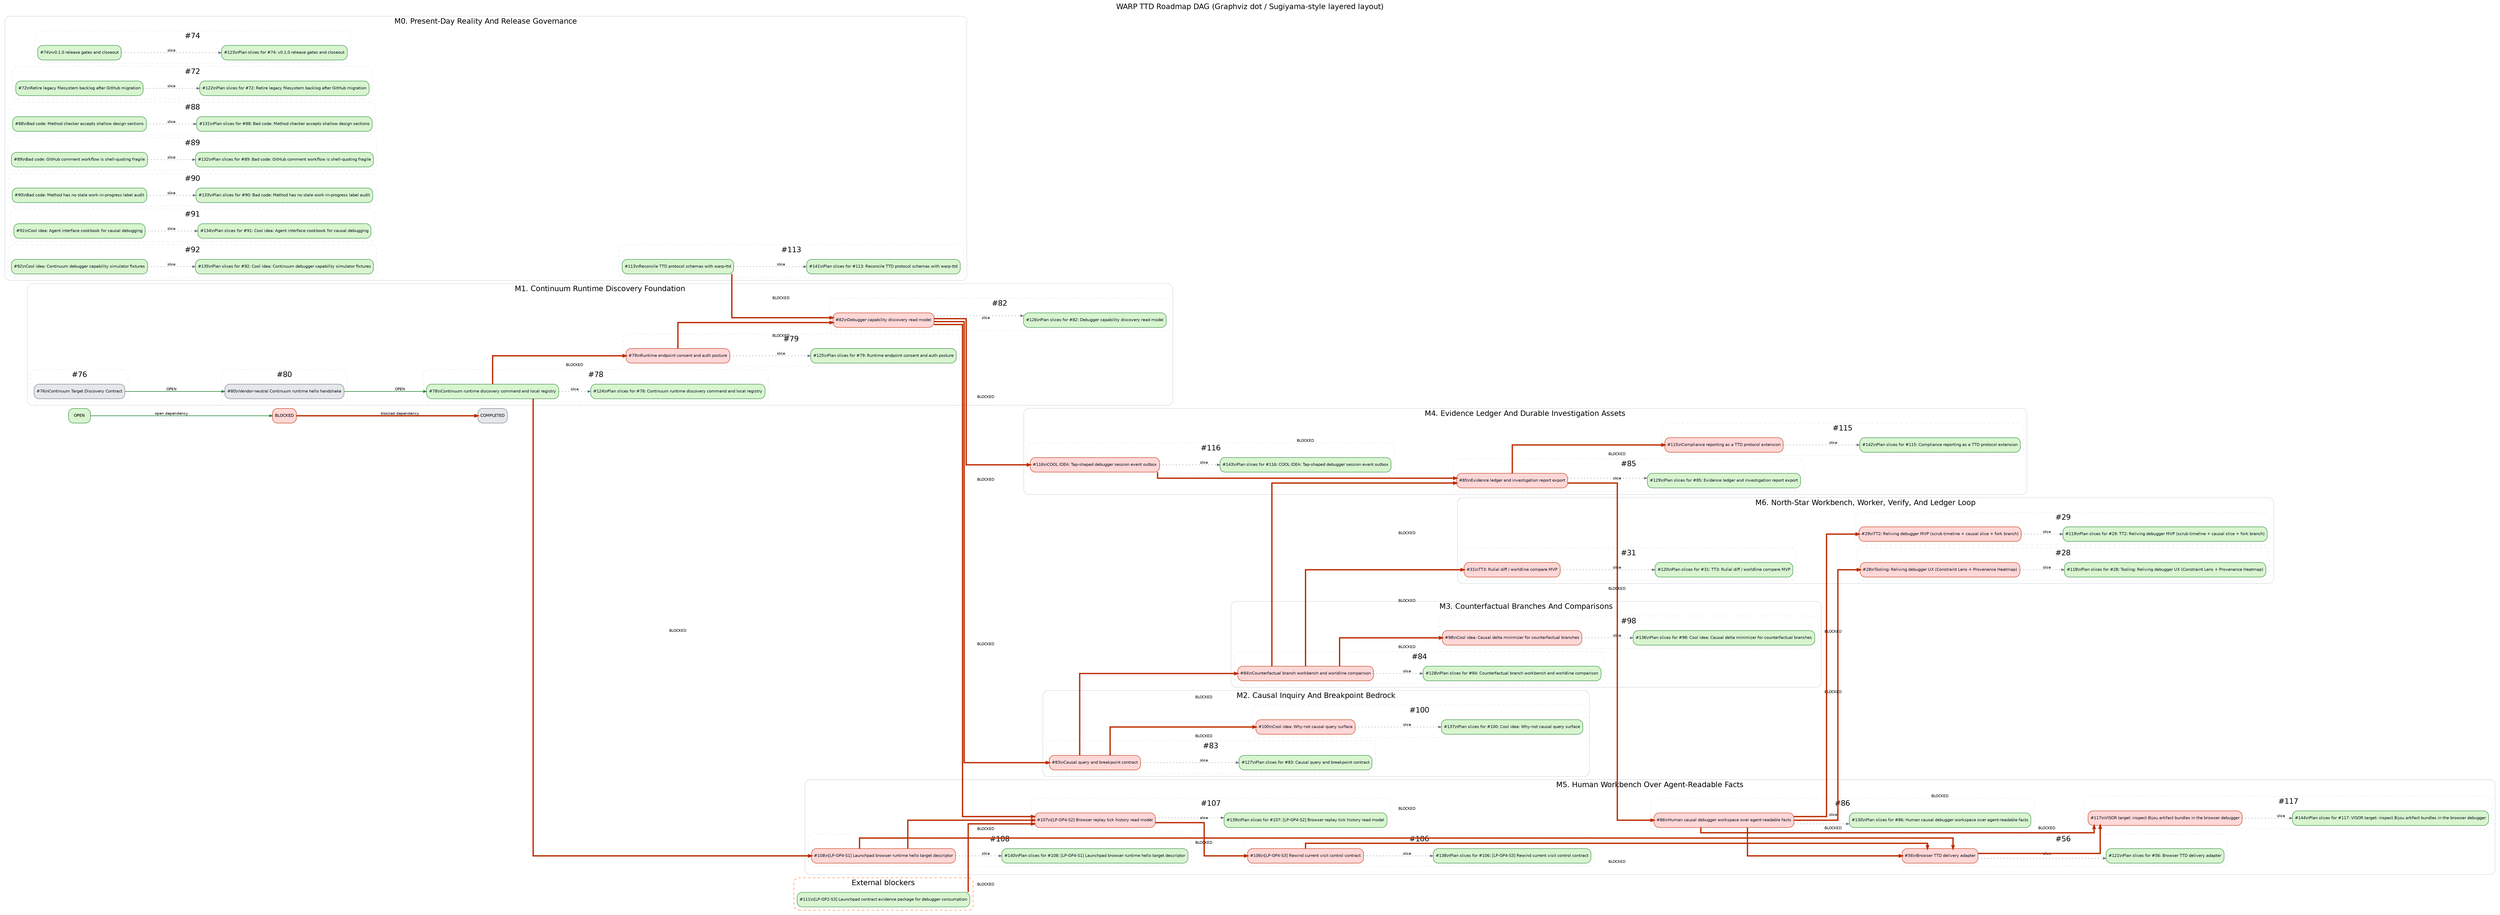
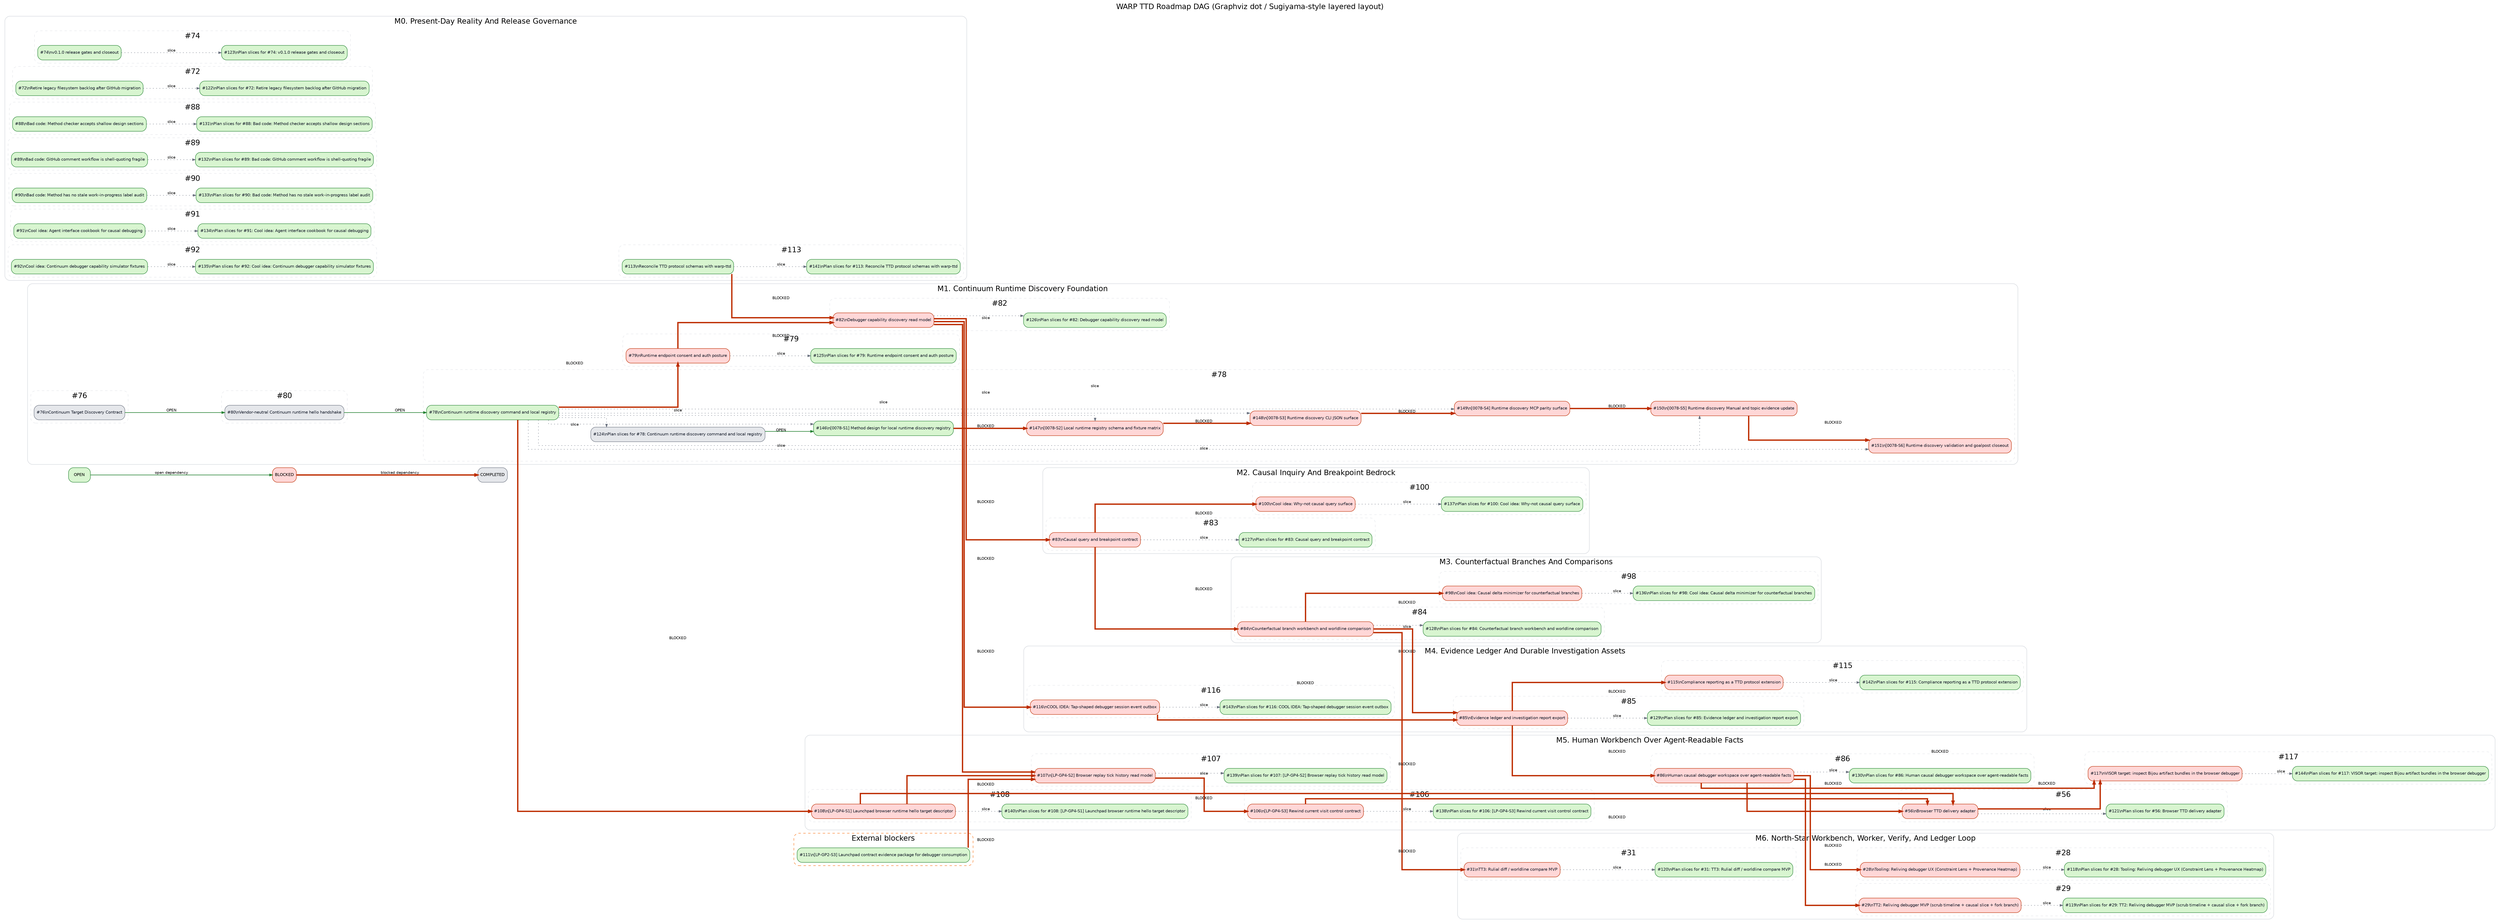
digraph RoadmapDAG {
  graph [layout=dot, rankdir=LR, compound=true, newrank=true, overlap=false, splines=ortho, bgcolor="white", fontname="Helvetica", label="WARP TTD Roadmap DAG (Graphviz dot / Sugiyama-style layered layout)", labelloc=t, fontsize=18];
  node [shape=box, style="rounded,filled", fontname="Helvetica", fontsize=10, margin="0.08,0.05"];
  edge [fontname="Helvetica", fontsize=9, arrowsize=0.7, color="#248232", penwidth=1.4];
  legend_open [label="OPEN", fillcolor="#d8f5d0", color="#248232"];
  legend_blocked [label="BLOCKED", fillcolor="#ffd7d7", color="#bd2c00"];
  legend_done [label="COMPLETED", fillcolor="#e5e7eb", color="#6b7280"];
  legend_open -> legend_blocked [label="open dependency", color="#248232", penwidth=1.4];
  legend_blocked -> legend_done [label="blocked dependency", color="#bd2c00", penwidth=3.2];
  subgraph cluster_M0 {
    label="M0. Present-Day Reality And Release Governance";
    color="#d1d5db";
    style="rounded";
    subgraph cluster_goalpost_74 {
      label="#74";
      color="#e5e7eb";
      style="rounded,dashed";
      issue_74 [label="#74\\nv0.1.0 release gates and closeout", fillcolor="#d8f5d0", color="#248232", fontcolor="#111827", URL="https://github.com/flyingrobots/warp-ttd/issues/74"];
      issue_123 [label="#123\\nPlan slices for #74: v0.1.0 release gates and closeout", fillcolor="#d8f5d0", color="#248232", fontcolor="#111827", URL="https://github.com/flyingrobots/warp-ttd/issues/123"];
      issue_74 -> issue_123 [style=dotted, color="#6b7280", penwidth=1.0, label="slice"];
    }
    subgraph cluster_goalpost_72 {
      label="#72";
      color="#e5e7eb";
      style="rounded,dashed";
      issue_72 [label="#72\\nRetire legacy filesystem backlog after GitHub migration", fillcolor="#d8f5d0", color="#248232", fontcolor="#111827", URL="https://github.com/flyingrobots/warp-ttd/issues/72"];
      issue_122 [label="#122\\nPlan slices for #72: Retire legacy filesystem backlog after GitHub migration", fillcolor="#d8f5d0", color="#248232", fontcolor="#111827", URL="https://github.com/flyingrobots/warp-ttd/issues/122"];
      issue_72 -> issue_122 [style=dotted, color="#6b7280", penwidth=1.0, label="slice"];
    }
    subgraph cluster_goalpost_88 {
      label="#88";
      color="#e5e7eb";
      style="rounded,dashed";
      issue_88 [label="#88\\nBad code: Method checker accepts shallow design sections", fillcolor="#d8f5d0", color="#248232", fontcolor="#111827", URL="https://github.com/flyingrobots/warp-ttd/issues/88"];
      issue_131 [label="#131\\nPlan slices for #88: Bad code: Method checker accepts shallow design sections", fillcolor="#d8f5d0", color="#248232", fontcolor="#111827", URL="https://github.com/flyingrobots/warp-ttd/issues/131"];
      issue_88 -> issue_131 [style=dotted, color="#6b7280", penwidth=1.0, label="slice"];
    }
    subgraph cluster_goalpost_89 {
      label="#89";
      color="#e5e7eb";
      style="rounded,dashed";
      issue_89 [label="#89\\nBad code: GitHub comment workflow is shell-quoting fragile", fillcolor="#d8f5d0", color="#248232", fontcolor="#111827", URL="https://github.com/flyingrobots/warp-ttd/issues/89"];
      issue_132 [label="#132\\nPlan slices for #89: Bad code: GitHub comment workflow is shell-quoting fragile", fillcolor="#d8f5d0", color="#248232", fontcolor="#111827", URL="https://github.com/flyingrobots/warp-ttd/issues/132"];
      issue_89 -> issue_132 [style=dotted, color="#6b7280", penwidth=1.0, label="slice"];
    }
    subgraph cluster_goalpost_90 {
      label="#90";
      color="#e5e7eb";
      style="rounded,dashed";
      issue_90 [label="#90\\nBad code: Method has no stale work-in-progress label audit", fillcolor="#d8f5d0", color="#248232", fontcolor="#111827", URL="https://github.com/flyingrobots/warp-ttd/issues/90"];
      issue_133 [label="#133\\nPlan slices for #90: Bad code: Method has no stale work-in-progress label audit", fillcolor="#d8f5d0", color="#248232", fontcolor="#111827", URL="https://github.com/flyingrobots/warp-ttd/issues/133"];
      issue_90 -> issue_133 [style=dotted, color="#6b7280", penwidth=1.0, label="slice"];
    }
    subgraph cluster_goalpost_91 {
      label="#91";
      color="#e5e7eb";
      style="rounded,dashed";
      issue_91 [label="#91\\nCool idea: Agent interface cookbook for causal debugging", fillcolor="#d8f5d0", color="#248232", fontcolor="#111827", URL="https://github.com/flyingrobots/warp-ttd/issues/91"];
      issue_134 [label="#134\\nPlan slices for #91: Cool idea: Agent interface cookbook for causal debugging", fillcolor="#d8f5d0", color="#248232", fontcolor="#111827", URL="https://github.com/flyingrobots/warp-ttd/issues/134"];
      issue_91 -> issue_134 [style=dotted, color="#6b7280", penwidth=1.0, label="slice"];
    }
    subgraph cluster_goalpost_92 {
      label="#92";
      color="#e5e7eb";
      style="rounded,dashed";
      issue_92 [label="#92\\nCool idea: Continuum debugger capability simulator fixtures", fillcolor="#d8f5d0", color="#248232", fontcolor="#111827", URL="https://github.com/flyingrobots/warp-ttd/issues/92"];
      issue_135 [label="#135\\nPlan slices for #92: Cool idea: Continuum debugger capability simulator fixtures", fillcolor="#d8f5d0", color="#248232", fontcolor="#111827", URL="https://github.com/flyingrobots/warp-ttd/issues/135"];
      issue_92 -> issue_135 [style=dotted, color="#6b7280", penwidth=1.0, label="slice"];
    }
    subgraph cluster_goalpost_113 {
      label="#113";
      color="#e5e7eb";
      style="rounded,dashed";
      issue_113 [label="#113\\nReconcile TTD protocol schemas with warp-ttd", fillcolor="#d8f5d0", color="#248232", fontcolor="#111827", URL="https://github.com/flyingrobots/warp-ttd/issues/113"];
      issue_141 [label="#141\\nPlan slices for #113: Reconcile TTD protocol schemas with warp-ttd", fillcolor="#d8f5d0", color="#248232", fontcolor="#111827", URL="https://github.com/flyingrobots/warp-ttd/issues/141"];
      issue_113 -> issue_141 [style=dotted, color="#6b7280", penwidth=1.0, label="slice"];
    }
  }
  subgraph cluster_M1 {
    label="M1. Continuum Runtime Discovery Foundation";
    color="#d1d5db";
    style="rounded";
    subgraph cluster_goalpost_76 {
      label="#76";
      color="#e5e7eb";
      style="rounded,dashed";
      issue_76 [label="#76\\nContinuum Target Discovery Contract", fillcolor="#e5e7eb", color="#6b7280", fontcolor="#111827", URL="https://github.com/flyingrobots/warp-ttd/issues/76"];
    }
    subgraph cluster_goalpost_80 {
      label="#80";
      color="#e5e7eb";
      style="rounded,dashed";
      issue_80 [label="#80\\nVendor-neutral Continuum runtime hello handshake", fillcolor="#e5e7eb", color="#6b7280", fontcolor="#111827", URL="https://github.com/flyingrobots/warp-ttd/issues/80"];
    }
    subgraph cluster_goalpost_78 {
      label="#78";
      color="#e5e7eb";
      style="rounded,dashed";
      issue_78 [label="#78\\nContinuum runtime discovery command and local registry", fillcolor="#d8f5d0", color="#248232", fontcolor="#111827", URL="https://github.com/flyingrobots/warp-ttd/issues/78"];
-       issue_124 [label="#124\\nPlan slices for #78: Continuum runtime discovery command and local registry", fillcolor="#d8f5d0", color="#248232", fontcolor="#111827", URL="https://github.com/flyingrobots/warp-ttd/issues/124"];
+       issue_124 [label="#124\\nPlan slices for #78: Continuum runtime discovery command and local registry", fillcolor="#e5e7eb", color="#6b7280", fontcolor="#111827", URL="https://github.com/flyingrobots/warp-ttd/issues/124"];
      issue_78 -> issue_124 [style=dotted, color="#6b7280", penwidth=1.0, label="slice"];
+       issue_146 [label="#146\\n[0078-S1] Method design for local runtime discovery registry", fillcolor="#d8f5d0", color="#248232", fontcolor="#111827", URL="https://github.com/flyingrobots/warp-ttd/issues/146"];
+       issue_78 -> issue_146 [style=dotted, color="#6b7280", penwidth=1.0, label="slice"];
+       issue_147 [label="#147\\n[0078-S2] Local runtime registry schema and fixture matrix", fillcolor="#ffd7d7", color="#bd2c00", fontcolor="#111827", URL="https://github.com/flyingrobots/warp-ttd/issues/147"];
+       issue_78 -> issue_147 [style=dotted, color="#6b7280", penwidth=1.0, label="slice"];
+       issue_148 [label="#148\\n[0078-S3] Runtime discovery CLI JSON surface", fillcolor="#ffd7d7", color="#bd2c00", fontcolor="#111827", URL="https://github.com/flyingrobots/warp-ttd/issues/148"];
+       issue_78 -> issue_148 [style=dotted, color="#6b7280", penwidth=1.0, label="slice"];
+       issue_149 [label="#149\\n[0078-S4] Runtime discovery MCP parity surface", fillcolor="#ffd7d7", color="#bd2c00", fontcolor="#111827", URL="https://github.com/flyingrobots/warp-ttd/issues/149"];
+       issue_78 -> issue_149 [style=dotted, color="#6b7280", penwidth=1.0, label="slice"];
+       issue_150 [label="#150\\n[0078-S5] Runtime discovery Manual and topic evidence update", fillcolor="#ffd7d7", color="#bd2c00", fontcolor="#111827", URL="https://github.com/flyingrobots/warp-ttd/issues/150"];
+       issue_78 -> issue_150 [style=dotted, color="#6b7280", penwidth=1.0, label="slice"];
+       issue_151 [label="#151\\n[0078-S6] Runtime discovery validation and goalpost closeout", fillcolor="#ffd7d7", color="#bd2c00", fontcolor="#111827", URL="https://github.com/flyingrobots/warp-ttd/issues/151"];
+       issue_78 -> issue_151 [style=dotted, color="#6b7280", penwidth=1.0, label="slice"];
    }
    subgraph cluster_goalpost_79 {
      label="#79";
      color="#e5e7eb";
      style="rounded,dashed";
      issue_79 [label="#79\\nRuntime endpoint consent and auth posture", fillcolor="#ffd7d7", color="#bd2c00", fontcolor="#111827", URL="https://github.com/flyingrobots/warp-ttd/issues/79"];
      issue_125 [label="#125\\nPlan slices for #79: Runtime endpoint consent and auth posture", fillcolor="#d8f5d0", color="#248232", fontcolor="#111827", URL="https://github.com/flyingrobots/warp-ttd/issues/125"];
      issue_79 -> issue_125 [style=dotted, color="#6b7280", penwidth=1.0, label="slice"];
    }
    subgraph cluster_goalpost_82 {
      label="#82";
      color="#e5e7eb";
      style="rounded,dashed";
      issue_82 [label="#82\\nDebugger capability discovery read model", fillcolor="#ffd7d7", color="#bd2c00", fontcolor="#111827", URL="https://github.com/flyingrobots/warp-ttd/issues/82"];
      issue_126 [label="#126\\nPlan slices for #82: Debugger capability discovery read model", fillcolor="#d8f5d0", color="#248232", fontcolor="#111827", URL="https://github.com/flyingrobots/warp-ttd/issues/126"];
      issue_82 -> issue_126 [style=dotted, color="#6b7280", penwidth=1.0, label="slice"];
    }
  }
  subgraph cluster_M2 {
    label="M2. Causal Inquiry And Breakpoint Bedrock";
    color="#d1d5db";
    style="rounded";
    subgraph cluster_goalpost_83 {
      label="#83";
      color="#e5e7eb";
      style="rounded,dashed";
      issue_83 [label="#83\\nCausal query and breakpoint contract", fillcolor="#ffd7d7", color="#bd2c00", fontcolor="#111827", URL="https://github.com/flyingrobots/warp-ttd/issues/83"];
      issue_127 [label="#127\\nPlan slices for #83: Causal query and breakpoint contract", fillcolor="#d8f5d0", color="#248232", fontcolor="#111827", URL="https://github.com/flyingrobots/warp-ttd/issues/127"];
      issue_83 -> issue_127 [style=dotted, color="#6b7280", penwidth=1.0, label="slice"];
    }
    subgraph cluster_goalpost_100 {
      label="#100";
      color="#e5e7eb";
      style="rounded,dashed";
      issue_100 [label="#100\\nCool idea: Why-not causal query surface", fillcolor="#ffd7d7", color="#bd2c00", fontcolor="#111827", URL="https://github.com/flyingrobots/warp-ttd/issues/100"];
      issue_137 [label="#137\\nPlan slices for #100: Cool idea: Why-not causal query surface", fillcolor="#d8f5d0", color="#248232", fontcolor="#111827", URL="https://github.com/flyingrobots/warp-ttd/issues/137"];
      issue_100 -> issue_137 [style=dotted, color="#6b7280", penwidth=1.0, label="slice"];
    }
  }
  subgraph cluster_M3 {
    label="M3. Counterfactual Branches And Comparisons";
    color="#d1d5db";
    style="rounded";
    subgraph cluster_goalpost_84 {
      label="#84";
      color="#e5e7eb";
      style="rounded,dashed";
      issue_84 [label="#84\\nCounterfactual branch workbench and worldline comparison", fillcolor="#ffd7d7", color="#bd2c00", fontcolor="#111827", URL="https://github.com/flyingrobots/warp-ttd/issues/84"];
      issue_128 [label="#128\\nPlan slices for #84: Counterfactual branch workbench and worldline comparison", fillcolor="#d8f5d0", color="#248232", fontcolor="#111827", URL="https://github.com/flyingrobots/warp-ttd/issues/128"];
      issue_84 -> issue_128 [style=dotted, color="#6b7280", penwidth=1.0, label="slice"];
    }
    subgraph cluster_goalpost_98 {
      label="#98";
      color="#e5e7eb";
      style="rounded,dashed";
      issue_98 [label="#98\\nCool idea: Causal delta minimizer for counterfactual branches", fillcolor="#ffd7d7", color="#bd2c00", fontcolor="#111827", URL="https://github.com/flyingrobots/warp-ttd/issues/98"];
      issue_136 [label="#136\\nPlan slices for #98: Cool idea: Causal delta minimizer for counterfactual branches", fillcolor="#d8f5d0", color="#248232", fontcolor="#111827", URL="https://github.com/flyingrobots/warp-ttd/issues/136"];
      issue_98 -> issue_136 [style=dotted, color="#6b7280", penwidth=1.0, label="slice"];
    }
  }
  subgraph cluster_M4 {
    label="M4. Evidence Ledger And Durable Investigation Assets";
    color="#d1d5db";
    style="rounded";
    subgraph cluster_goalpost_116 {
      label="#116";
      color="#e5e7eb";
      style="rounded,dashed";
      issue_116 [label="#116\\nCOOL IDEA: Tap-shaped debugger session event outbox", fillcolor="#ffd7d7", color="#bd2c00", fontcolor="#111827", URL="https://github.com/flyingrobots/warp-ttd/issues/116"];
      issue_143 [label="#143\\nPlan slices for #116: COOL IDEA: Tap-shaped debugger session event outbox", fillcolor="#d8f5d0", color="#248232", fontcolor="#111827", URL="https://github.com/flyingrobots/warp-ttd/issues/143"];
      issue_116 -> issue_143 [style=dotted, color="#6b7280", penwidth=1.0, label="slice"];
    }
    subgraph cluster_goalpost_85 {
      label="#85";
      color="#e5e7eb";
      style="rounded,dashed";
      issue_85 [label="#85\\nEvidence ledger and investigation report export", fillcolor="#ffd7d7", color="#bd2c00", fontcolor="#111827", URL="https://github.com/flyingrobots/warp-ttd/issues/85"];
      issue_129 [label="#129\\nPlan slices for #85: Evidence ledger and investigation report export", fillcolor="#d8f5d0", color="#248232", fontcolor="#111827", URL="https://github.com/flyingrobots/warp-ttd/issues/129"];
      issue_85 -> issue_129 [style=dotted, color="#6b7280", penwidth=1.0, label="slice"];
    }
    subgraph cluster_goalpost_115 {
      label="#115";
      color="#e5e7eb";
      style="rounded,dashed";
      issue_115 [label="#115\\nCompliance reporting as a TTD protocol extension", fillcolor="#ffd7d7", color="#bd2c00", fontcolor="#111827", URL="https://github.com/flyingrobots/warp-ttd/issues/115"];
      issue_142 [label="#142\\nPlan slices for #115: Compliance reporting as a TTD protocol extension", fillcolor="#d8f5d0", color="#248232", fontcolor="#111827", URL="https://github.com/flyingrobots/warp-ttd/issues/142"];
      issue_115 -> issue_142 [style=dotted, color="#6b7280", penwidth=1.0, label="slice"];
    }
  }
  subgraph cluster_M5 {
    label="M5. Human Workbench Over Agent-Readable Facts";
    color="#d1d5db";
    style="rounded";
    subgraph cluster_goalpost_86 {
      label="#86";
      color="#e5e7eb";
      style="rounded,dashed";
      issue_86 [label="#86\\nHuman causal debugger workspace over agent-readable facts", fillcolor="#ffd7d7", color="#bd2c00", fontcolor="#111827", URL="https://github.com/flyingrobots/warp-ttd/issues/86"];
      issue_130 [label="#130\\nPlan slices for #86: Human causal debugger workspace over agent-readable facts", fillcolor="#d8f5d0", color="#248232", fontcolor="#111827", URL="https://github.com/flyingrobots/warp-ttd/issues/130"];
      issue_86 -> issue_130 [style=dotted, color="#6b7280", penwidth=1.0, label="slice"];
    }
    subgraph cluster_goalpost_108 {
      label="#108";
      color="#e5e7eb";
      style="rounded,dashed";
      issue_108 [label="#108\\n[LP-GP4-S1] Launchpad browser runtime hello target descriptor", fillcolor="#ffd7d7", color="#bd2c00", fontcolor="#111827", URL="https://github.com/flyingrobots/warp-ttd/issues/108"];
      issue_140 [label="#140\\nPlan slices for #108: [LP-GP4-S1] Launchpad browser runtime hello target descriptor", fillcolor="#d8f5d0", color="#248232", fontcolor="#111827", URL="https://github.com/flyingrobots/warp-ttd/issues/140"];
      issue_108 -> issue_140 [style=dotted, color="#6b7280", penwidth=1.0, label="slice"];
    }
    subgraph cluster_goalpost_107 {
      label="#107";
      color="#e5e7eb";
      style="rounded,dashed";
      issue_107 [label="#107\\n[LP-GP4-S2] Browser replay tick history read model", fillcolor="#ffd7d7", color="#bd2c00", fontcolor="#111827", URL="https://github.com/flyingrobots/warp-ttd/issues/107"];
      issue_139 [label="#139\\nPlan slices for #107: [LP-GP4-S2] Browser replay tick history read model", fillcolor="#d8f5d0", color="#248232", fontcolor="#111827", URL="https://github.com/flyingrobots/warp-ttd/issues/139"];
      issue_107 -> issue_139 [style=dotted, color="#6b7280", penwidth=1.0, label="slice"];
    }
    subgraph cluster_goalpost_106 {
      label="#106";
      color="#e5e7eb";
      style="rounded,dashed";
      issue_106 [label="#106\\n[LP-GP4-S3] Rewind current visit control contract", fillcolor="#ffd7d7", color="#bd2c00", fontcolor="#111827", URL="https://github.com/flyingrobots/warp-ttd/issues/106"];
      issue_138 [label="#138\\nPlan slices for #106: [LP-GP4-S3] Rewind current visit control contract", fillcolor="#d8f5d0", color="#248232", fontcolor="#111827", URL="https://github.com/flyingrobots/warp-ttd/issues/138"];
      issue_106 -> issue_138 [style=dotted, color="#6b7280", penwidth=1.0, label="slice"];
    }
    subgraph cluster_goalpost_56 {
      label="#56";
      color="#e5e7eb";
      style="rounded,dashed";
      issue_56 [label="#56\\nBrowser TTD delivery adapter", fillcolor="#ffd7d7", color="#bd2c00", fontcolor="#111827", URL="https://github.com/flyingrobots/warp-ttd/issues/56"];
      issue_121 [label="#121\\nPlan slices for #56: Browser TTD delivery adapter", fillcolor="#d8f5d0", color="#248232", fontcolor="#111827", URL="https://github.com/flyingrobots/warp-ttd/issues/121"];
      issue_56 -> issue_121 [style=dotted, color="#6b7280", penwidth=1.0, label="slice"];
    }
    subgraph cluster_goalpost_117 {
      label="#117";
      color="#e5e7eb";
      style="rounded,dashed";
      issue_117 [label="#117\\nVISOR target: inspect Bijou artifact bundles in the browser debugger", fillcolor="#ffd7d7", color="#bd2c00", fontcolor="#111827", URL="https://github.com/flyingrobots/warp-ttd/issues/117"];
      issue_144 [label="#144\\nPlan slices for #117: VISOR target: inspect Bijou artifact bundles in the browser debugger", fillcolor="#d8f5d0", color="#248232", fontcolor="#111827", URL="https://github.com/flyingrobots/warp-ttd/issues/144"];
      issue_117 -> issue_144 [style=dotted, color="#6b7280", penwidth=1.0, label="slice"];
    }
  }
  subgraph cluster_M6 {
    label="M6. North-Star Workbench, Worker, Verify, And Ledger Loop";
    color="#d1d5db";
    style="rounded";
    subgraph cluster_goalpost_28 {
      label="#28";
      color="#e5e7eb";
      style="rounded,dashed";
      issue_28 [label="#28\\nTooling: Reliving debugger UX (Constraint Lens + Provenance Heatmap)", fillcolor="#ffd7d7", color="#bd2c00", fontcolor="#111827", URL="https://github.com/flyingrobots/warp-ttd/issues/28"];
      issue_118 [label="#118\\nPlan slices for #28: Tooling: Reliving debugger UX (Constraint Lens + Provenance Heatmap)", fillcolor="#d8f5d0", color="#248232", fontcolor="#111827", URL="https://github.com/flyingrobots/warp-ttd/issues/118"];
      issue_28 -> issue_118 [style=dotted, color="#6b7280", penwidth=1.0, label="slice"];
    }
    subgraph cluster_goalpost_29 {
      label="#29";
      color="#e5e7eb";
      style="rounded,dashed";
      issue_29 [label="#29\\nTT2: Reliving debugger MVP (scrub timeline + causal slice + fork branch)", fillcolor="#ffd7d7", color="#bd2c00", fontcolor="#111827", URL="https://github.com/flyingrobots/warp-ttd/issues/29"];
      issue_119 [label="#119\\nPlan slices for #29: TT2: Reliving debugger MVP (scrub timeline + causal slice + fork branch)", fillcolor="#d8f5d0", color="#248232", fontcolor="#111827", URL="https://github.com/flyingrobots/warp-ttd/issues/119"];
      issue_29 -> issue_119 [style=dotted, color="#6b7280", penwidth=1.0, label="slice"];
    }
    subgraph cluster_goalpost_31 {
      label="#31";
      color="#e5e7eb";
      style="rounded,dashed";
      issue_31 [label="#31\\nTT3: Rulial diff / worldline compare MVP", fillcolor="#ffd7d7", color="#bd2c00", fontcolor="#111827", URL="https://github.com/flyingrobots/warp-ttd/issues/31"];
      issue_120 [label="#120\\nPlan slices for #31: TT3: Rulial diff / worldline compare MVP", fillcolor="#d8f5d0", color="#248232", fontcolor="#111827", URL="https://github.com/flyingrobots/warp-ttd/issues/120"];
      issue_31 -> issue_120 [style=dotted, color="#6b7280", penwidth=1.0, label="slice"];
    }
  }
  subgraph cluster_external {
    label="External blockers";
    color="#f97316";
    style="rounded,dashed";
    issue_111 [label="#111\\n[LP-GP2-S3] Launchpad contract evidence package for debugger consumption", fillcolor="#d8f5d0", color="#248232", fontcolor="#111827", URL="https://github.com/flyingrobots/warp-ttd/issues/111"];
  }
  issue_76 -> issue_80 [label="OPEN", color="#248232", penwidth=1.4, style=solid];
  issue_80 -> issue_78 [label="OPEN", color="#248232", penwidth=1.4, style=solid];
+   issue_124 -> issue_146 [label="OPEN", color="#248232", penwidth=1.4, style=solid];
+   issue_146 -> issue_147 [label="BLOCKED", color="#bd2c00", penwidth=3.2, style=solid];
+   issue_147 -> issue_148 [label="BLOCKED", color="#bd2c00", penwidth=3.2, style=solid];
+   issue_148 -> issue_149 [label="BLOCKED", color="#bd2c00", penwidth=3.2, style=solid];
+   issue_149 -> issue_150 [label="BLOCKED", color="#bd2c00", penwidth=3.2, style=solid];
+   issue_150 -> issue_151 [label="BLOCKED", color="#bd2c00", penwidth=3.2, style=solid];
  issue_78 -> issue_79 [label="BLOCKED", color="#bd2c00", penwidth=3.2, style=solid];
  issue_113 -> issue_82 [label="BLOCKED", color="#bd2c00", penwidth=3.2, style=solid];
  issue_79 -> issue_82 [label="BLOCKED", color="#bd2c00", penwidth=3.2, style=solid];
  issue_82 -> issue_83 [label="BLOCKED", color="#bd2c00", penwidth=3.2, style=solid];
  issue_83 -> issue_100 [label="BLOCKED", color="#bd2c00", penwidth=3.2, style=solid];
  issue_83 -> issue_84 [label="BLOCKED", color="#bd2c00", penwidth=3.2, style=solid];
  issue_84 -> issue_98 [label="BLOCKED", color="#bd2c00", penwidth=3.2, style=solid];
  issue_82 -> issue_116 [label="BLOCKED", color="#bd2c00", penwidth=3.2, style=solid];
  issue_116 -> issue_85 [label="BLOCKED", color="#bd2c00", penwidth=3.2, style=solid];
  issue_84 -> issue_85 [label="BLOCKED", color="#bd2c00", penwidth=3.2, style=solid];
  issue_85 -> issue_115 [label="BLOCKED", color="#bd2c00", penwidth=3.2, style=solid];
  issue_85 -> issue_86 [label="BLOCKED", color="#bd2c00", penwidth=3.2, style=solid];
  issue_78 -> issue_108 [label="BLOCKED", color="#bd2c00", penwidth=3.2, style=solid];
  issue_82 -> issue_107 [label="BLOCKED", color="#bd2c00", penwidth=3.2, style=solid];
  issue_108 -> issue_107 [label="BLOCKED", color="#bd2c00", penwidth=3.2, style=solid];
  issue_111 -> issue_107 [label="BLOCKED", color="#bd2c00", penwidth=3.2, style=solid];
  issue_107 -> issue_106 [label="BLOCKED", color="#bd2c00", penwidth=3.2, style=solid];
  issue_86 -> issue_56 [label="BLOCKED", color="#bd2c00", penwidth=3.2, style=solid];
  issue_108 -> issue_56 [label="BLOCKED", color="#bd2c00", penwidth=3.2, style=solid];
  issue_106 -> issue_56 [label="BLOCKED", color="#bd2c00", penwidth=3.2, style=solid];
  issue_86 -> issue_117 [label="BLOCKED", color="#bd2c00", penwidth=3.2, style=solid];
  issue_56 -> issue_117 [label="BLOCKED", color="#bd2c00", penwidth=3.2, style=solid];
  issue_86 -> issue_28 [label="BLOCKED", color="#bd2c00", penwidth=3.2, style=solid];
  issue_86 -> issue_29 [label="BLOCKED", color="#bd2c00", penwidth=3.2, style=solid];
  issue_84 -> issue_31 [label="BLOCKED", color="#bd2c00", penwidth=3.2, style=solid];
}
